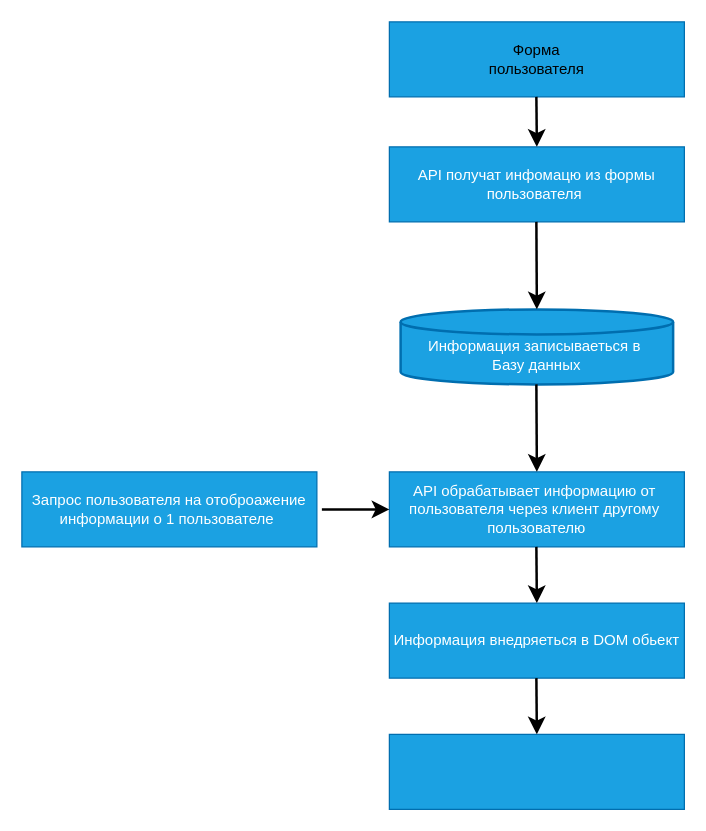
Before: XSS/XSS.drawio in piypil/6ukuna, a draw.io diagram. Source tidied: cells renumbered, new cells numbered last; positions are measured from the earlier drawing's top-left corner, leaving out a move shared by most shapes. Both pictures are drawn from the tidied source at 125%, with x=0, y=0 at pixel (21, 21).
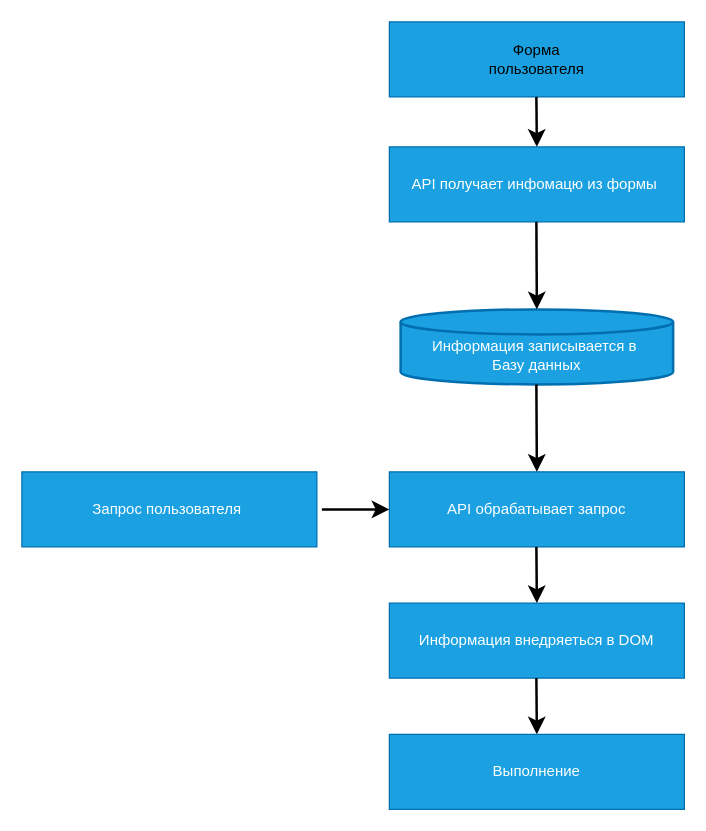
After the change.

The edit, as a diff of the source:
```diff
@@
-    <mxCell id="3" value="API получат инфомацю из формы пользователя&amp;nbsp;" style="rounded=0;whiteSpace=wrap;html=1;fillColor=#1ba1e2;fontColor=#ffffff;strokeColor=#006EAF;" parent="1" vertex="1">
+    <mxCell id="3" value="API получает инфомацю из формы&amp;nbsp;" style="rounded=0;whiteSpace=wrap;html=1;fillColor=#1ba1e2;fontColor=#ffffff;strokeColor=#006EAF;" parent="1" vertex="1">
       <mxGeometry x="294" y="100" width="236" height="60" as="geometry" />
     </mxCell>
-    <mxCell id="4" value="API обрабатывает информацию от&amp;nbsp;&lt;br&gt;пользователя через клиент другому&amp;nbsp;&lt;br&gt;пользователю" style="rounded=0;whiteSpace=wrap;html=1;fillColor=#1ba1e2;fontColor=#ffffff;strokeColor=#006EAF;" parent="1" vertex="1">
+    <mxCell id="4" value="API обрабатывает запрос" style="rounded=0;whiteSpace=wrap;html=1;fillColor=#1ba1e2;fontColor=#ffffff;strokeColor=#006EAF;" parent="1" vertex="1">
       <mxGeometry x="294" y="360" width="236" height="60" as="geometry" />
     </mxCell>
-    <mxCell id="5" value="Информация внедряеться в DOM обьект&lt;br&gt;" style="rounded=0;whiteSpace=wrap;html=1;fillColor=#1ba1e2;fontColor=#ffffff;strokeColor=#006EAF;" parent="1" vertex="1">
+    <mxCell id="5" value="Информация внедряеться в DOM" style="rounded=0;whiteSpace=wrap;html=1;fillColor=#1ba1e2;fontColor=#ffffff;strokeColor=#006EAF;" parent="1" vertex="1">
       <mxGeometry x="294" y="465" width="236" height="60" as="geometry" />
     </mxCell>
-    <mxCell id="6" style="rounded=0;whiteSpace=wrap;html=1;fillColor=#1ba1e2;fontColor=#ffffff;strokeColor=#006EAF;" parent="1" vertex="1">
+    <mxCell id="6" value="Выполнение" style="rounded=0;whiteSpace=wrap;html=1;fillColor=#1ba1e2;fontColor=#ffffff;strokeColor=#006EAF;" parent="1" vertex="1">
       <mxGeometry x="294" y="570" width="236" height="60" as="geometry" />
     </mxCell>
-    <mxCell id="7" value="Запрос пользователя на отоброажение&lt;br&gt;информации о 1 пользователе&amp;nbsp;" style="rounded=0;whiteSpace=wrap;html=1;fillColor=#1ba1e2;fontColor=#ffffff;strokeColor=#006EAF;" parent="1" vertex="1">
+    <mxCell id="7" value="Запрос пользователя&amp;nbsp;" style="rounded=0;whiteSpace=wrap;html=1;fillColor=#1ba1e2;fontColor=#ffffff;strokeColor=#006EAF;" parent="1" vertex="1">
       <mxGeometry y="360" width="236" height="60" as="geometry" />
     </mxCell>
-    <mxCell id="8" value="&lt;br&gt;Информация записываеться в&amp;nbsp;&lt;br&gt;Базу данных" style="strokeWidth=2;html=1;shape=mxgraph.flowchart.database;whiteSpace=wrap;fillColor=#1ba1e2;fontColor=#ffffff;strokeColor=#006EAF;" parent="1" vertex="1">
+    <mxCell id="8" value="&lt;br&gt;Информация записывается в&amp;nbsp;&lt;br&gt;Базу данных" style="strokeWidth=2;html=1;shape=mxgraph.flowchart.database;whiteSpace=wrap;fillColor=#1ba1e2;fontColor=#ffffff;strokeColor=#006EAF;" parent="1" vertex="1">
       <mxGeometry x="303" y="230" width="218" height="60" as="geometry" />
     </mxCell>
```
